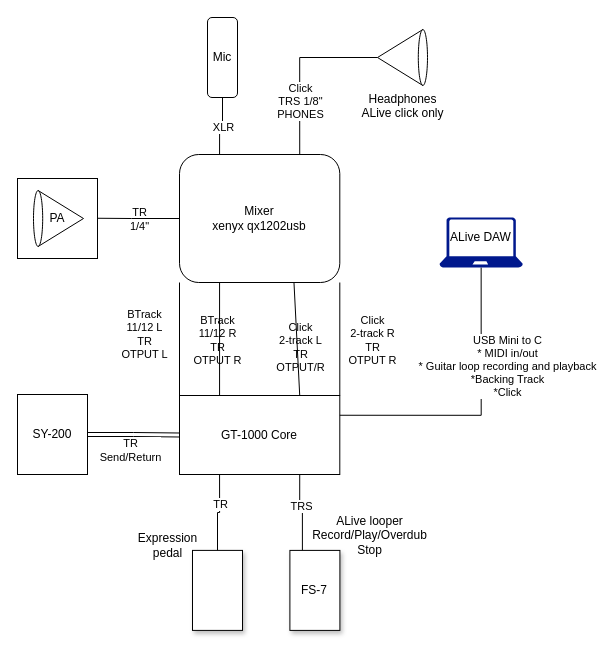
Before: live_setup.drawio in 7ak/draw.io, a draw.io diagram. Source tidied: cells renumbered, new cells numbered last; positions are measured from the earlier drawing's top-left corner, leaving out a move shared by most shapes. Both pictures are drawn from the tidied source at 100%, with x=0, y=0 at pixel (17, 17).
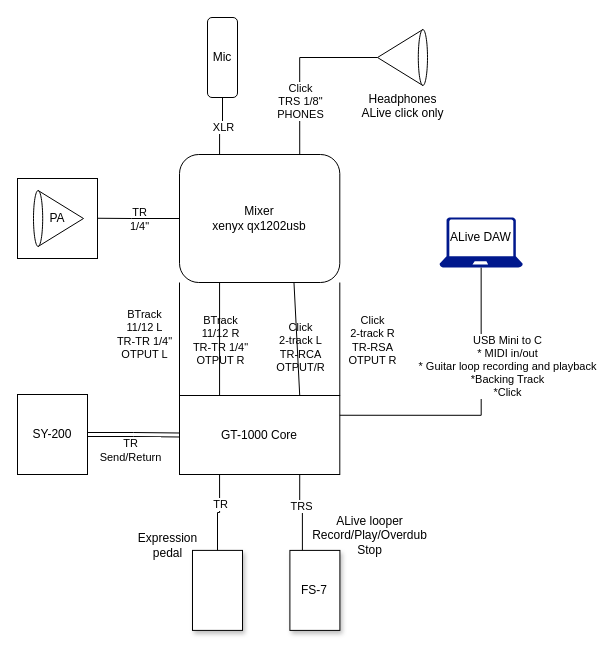
The same diagram, later.

The change refers to these unchanged cells:
```xml
<mxCell id="9" style="rounded=0;jettySize=auto;html=1;endArrow=none;endFill=0;exitX=0.25;exitY=1;exitDx=0;exitDy=0;entryX=0.25;entryY=0;entryDx=0;entryDy=0;" parent="1" edge="1" source="35" target="6">
  <mxGeometry relative="1" as="geometry" />
</mxCell>
<mxCell id="29" style="rounded=0;jettySize=auto;html=1;endArrow=none;endFill=0;entryX=0;entryY=0;entryDx=0;entryDy=0;exitX=0;exitY=1;exitDx=0;exitDy=0;" parent="1" edge="1" source="35" target="6">
  <mxGeometry relative="1" as="geometry" />
</mxCell>
<mxCell id="31" style="rounded=0;jettySize=auto;html=1;endArrow=none;endFill=0;exitX=1;exitY=1;exitDx=0;exitDy=0;entryX=1;entryY=0;entryDx=0;entryDy=0;" parent="1" edge="1" source="35" target="6">
  <mxGeometry relative="1" as="geometry" />
</mxCell>
<mxCell id="33" style="rounded=0;jettySize=auto;html=1;endArrow=none;endFill=0;entryX=0.75;entryY=0;entryDx=0;entryDy=0;exitX=0.721;exitY=1.016;exitDx=0;exitDy=0;" parent="1" edge="1" source="35" target="6">
  <mxGeometry relative="1" as="geometry" />
</mxCell>
```

Diff of the diagram source:
```diff
@@
-    <mxCell id="10" value="BTrack&lt;br&gt;11/12 R&lt;div&gt;TR&lt;br&gt;OTPUT R&lt;/div&gt;" style="edgeLabel;html=1;align=center;verticalAlign=middle;labelBackgroundColor=none;fontColor=light-dark(#000000,#FF8000);" parent="9" vertex="1">
+    <mxCell id="10" value="BTrack&lt;br&gt;11/12 R&lt;div&gt;TR-TR 1/4&quot;&lt;br&gt;OTPUT R&lt;/div&gt;" style="edgeLabel;html=1;align=center;verticalAlign=middle;labelBackgroundColor=none;fontColor=light-dark(#000000,#FF8000);" parent="9" vertex="1">
       <mxGeometry x="-0.29" relative="1" as="geometry">
-        <mxPoint x="-3" y="17" as="offset" />
+        <mxPoint y="17" as="offset" />
       </mxGeometry>
     </mxCell>
@@
-    <mxCell id="30" value="BTrack&lt;br&gt;11/12 L&lt;div&gt;TR&lt;br&gt;OTPUT L&lt;/div&gt;" style="edgeLabel;html=1;align=center;verticalAlign=middle;fontColor=light-dark(#000000,#FF8000);" parent="29" vertex="1">
+    <mxCell id="30" value="BTrack&lt;br&gt;11/12 L&lt;div&gt;TR-TR 1/4&quot;&lt;br&gt;OTPUT L&lt;/div&gt;" style="edgeLabel;html=1;align=center;verticalAlign=middle;fontColor=light-dark(#000000,#FF8000);" parent="29" vertex="1">
       <mxGeometry x="-0.29" relative="1" as="geometry">
         <mxPoint x="-36" y="11" as="offset" />
       </mxGeometry>
     </mxCell>
@@
-    <mxCell id="32" value="Click&lt;br&gt;2-track R&lt;br&gt;&lt;div&gt;TR&lt;br&gt;OTPUT R&lt;/div&gt;" style="edgeLabel;html=1;align=center;verticalAlign=middle;fontColor=light-dark(#000000,#00CCCC);" parent="31" vertex="1">
+    <mxCell id="32" value="Click&lt;br&gt;2-track R&lt;br&gt;&lt;div&gt;TR-RSA&lt;br&gt;OTPUT R&lt;/div&gt;" style="edgeLabel;html=1;align=center;verticalAlign=middle;fontColor=light-dark(#000000,#00CCCC);" parent="31" vertex="1">
       <mxGeometry x="-0.29" relative="1" as="geometry">
         <mxPoint x="32" y="17" as="offset" />
       </mxGeometry>
     </mxCell>
@@
-    <mxCell id="34" value="Click&lt;br&gt;2-track L&lt;div&gt;TR&lt;br&gt;OTPUT/R&lt;/div&gt;" style="edgeLabel;html=1;align=center;verticalAlign=middle;labelBackgroundColor=none;fontColor=light-dark(#000000,#00CCCC);" parent="33" vertex="1">
+    <mxCell id="34" value="Click&lt;br&gt;2-track L&lt;div&gt;TR-RCA&lt;br&gt;OTPUT/R&lt;/div&gt;" style="edgeLabel;html=1;align=center;verticalAlign=middle;labelBackgroundColor=none;fontColor=light-dark(#000000,#00CCCC);" parent="33" vertex="1">
       <mxGeometry x="-0.29" relative="1" as="geometry">
         <mxPoint x="4" y="25" as="offset" />
       </mxGeometry>
     </mxCell>
```
